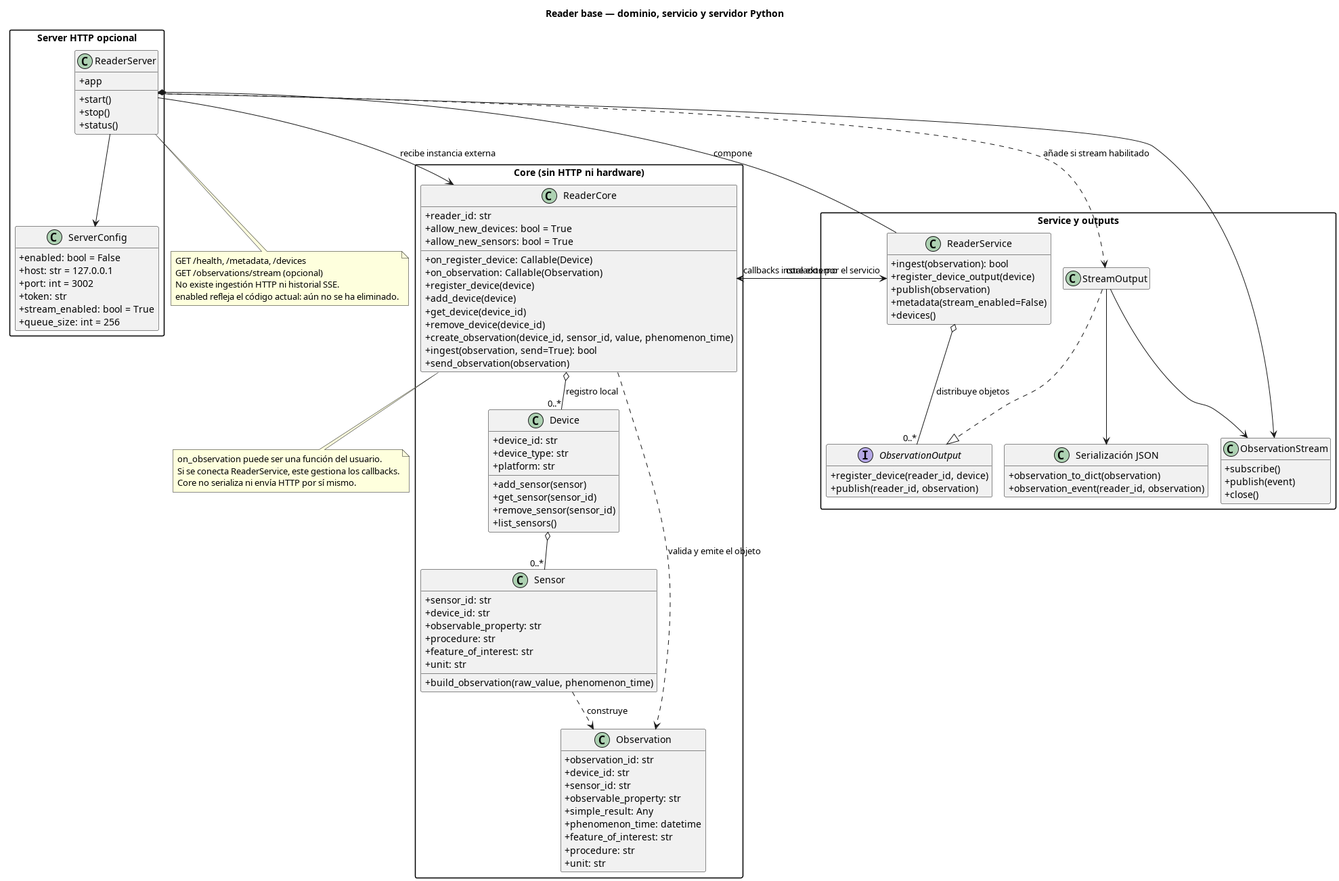
ParriCode/phonedo keeps this PlantUML diagram as docs/reader.png. Above is the earlier version.
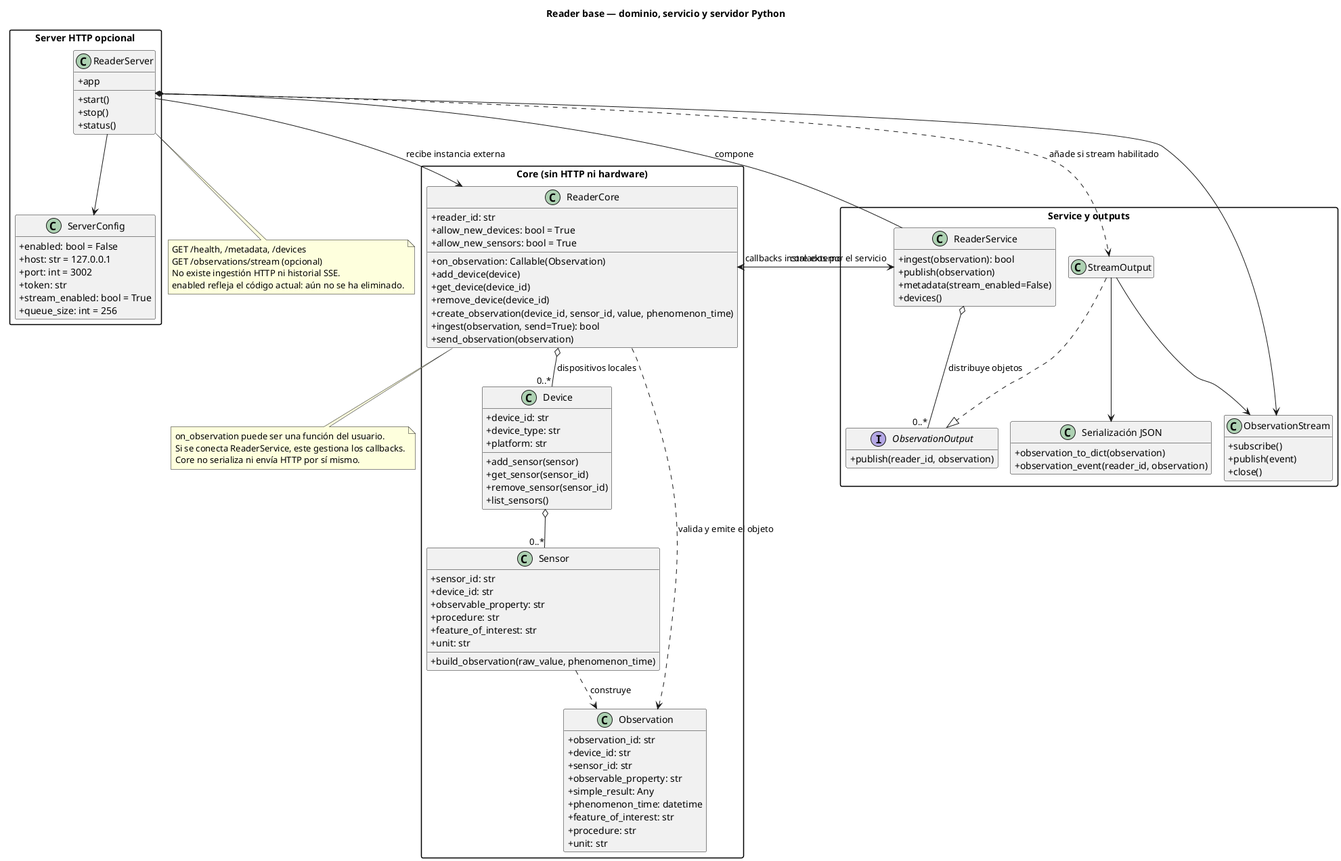
The same file after the commit.

Diff of the diagram source:
```diff
@@ -10,9 +10,7 @@
     +reader_id: str
     +allow_new_devices: bool = True
     +allow_new_sensors: bool = True
-    +on_register_device: Callable(Device)
     +on_observation: Callable(Observation)
-    +register_device(device)
     +add_device(device)
     +get_device(device_id)
     +remove_device(device_id)
@@ -53,13 +51,11 @@
 package "Service y outputs" {
   class ReaderService {
     +ingest(observation): bool
-    +register_device_output(device)
     +publish(observation)
     +metadata(stream_enabled=False)
     +devices()
   }
   interface ObservationOutput {
-    +register_device(reader_id, device)
     +publish(reader_id, observation)
   }
   class StreamOutput
@@ -89,7 +85,7 @@
     +queue_size: int = 256
   }
 }
-ReaderCore o-- "0..*" Device : registro local
+ReaderCore o-- "0..*" Device : dispositivos locales
 Device o-- "0..*" Sensor
 Sensor ..> Observation : construye
 ReaderCore ..> Observation : valida y emite el objeto
```
